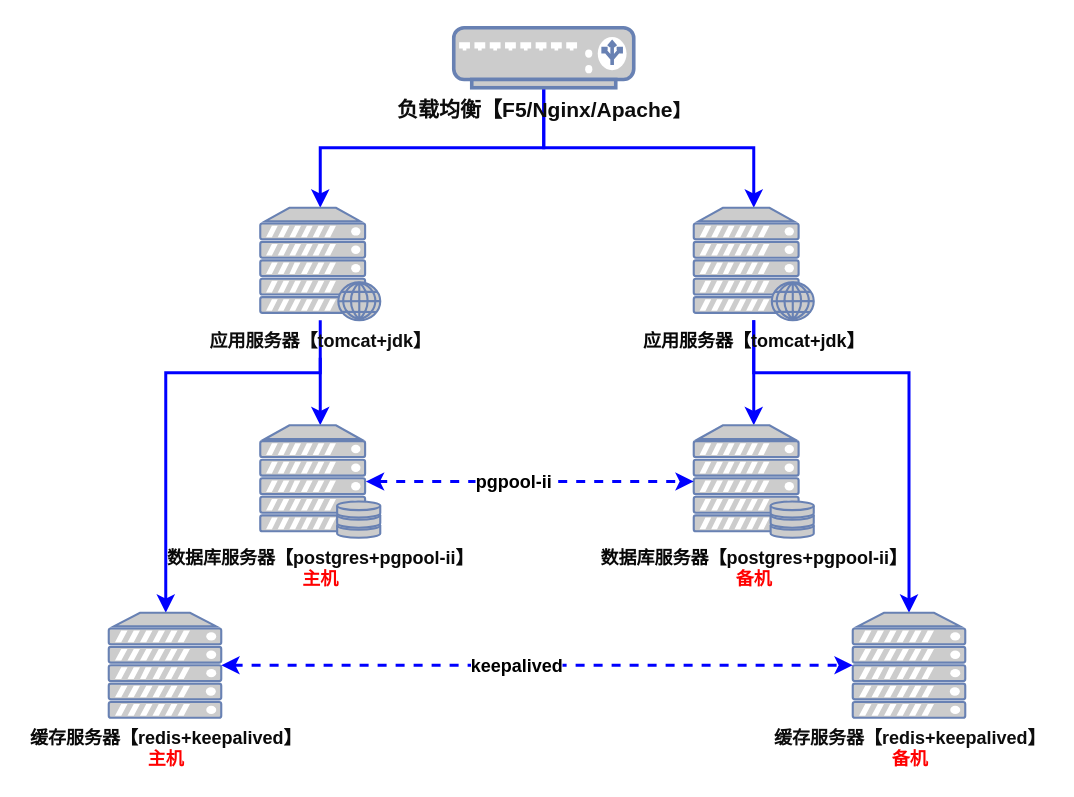
Before: Inno-de cluster.drawio in liaoxiaofang/demo, a draw.io diagram. Source tidied: cells renumbered, new cells numbered last; positions are measured from the earlier drawing's top-left corner, leaving out a move shared by most shapes. Both pictures are drawn from the tidied source at 150%, with x=0, y=0 at pixel (108, 27).
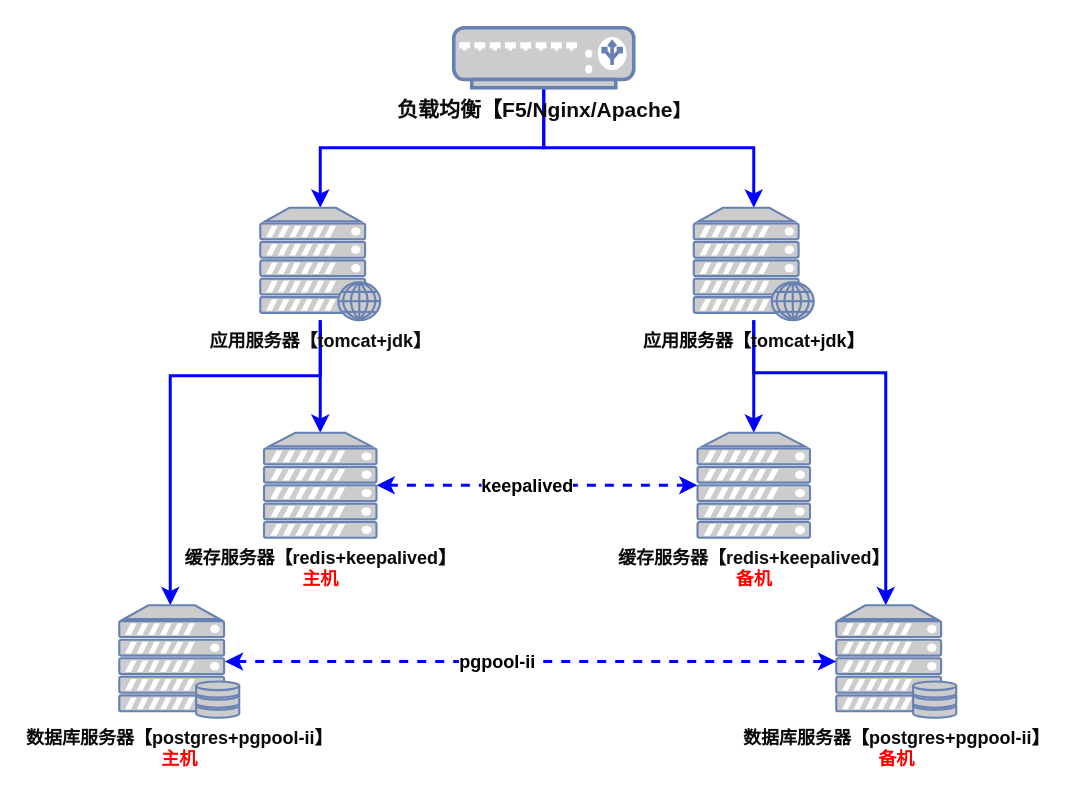
The same page after the edit.

The change refers to these unchanged cells:
```xml
<mxCell id="7" value="&lt;b&gt;&lt;font color=&quot;#0D0D0D&quot;&gt;应用服务器【tomcat+jdk】&lt;/font&gt;&lt;/b&gt;" style="fontColor=#0066CC;verticalAlign=top;verticalLabelPosition=bottom;labelPosition=center;align=center;html=1;outlineConnect=0;fillColor=#CCCCCC;strokeColor=#6881B3;gradientColor=none;gradientDirection=north;strokeWidth=2;shape=mxgraph.networks.web_server;" parent="1" vertex="1">
  <mxGeometry x="101" y="120" width="80" height="75" as="geometry" />
</mxCell>
<mxCell id="10" value="&lt;font color=&quot;#080808&quot;&gt;&lt;b&gt;应用服务器【tomcat+jdk】&lt;/b&gt;&lt;/font&gt;" style="fontColor=#0066CC;verticalAlign=top;verticalLabelPosition=bottom;labelPosition=center;align=center;html=1;outlineConnect=0;fillColor=#CCCCCC;strokeColor=#6881B3;gradientColor=none;gradientDirection=north;strokeWidth=2;shape=mxgraph.networks.web_server;" parent="1" vertex="1">
  <mxGeometry x="390" y="120" width="80" height="75" as="geometry" />
</mxCell>
```

Diff of the diagram source:
```diff
@@
     <mxCell id="5" style="edgeStyle=orthogonalEdgeStyle;rounded=0;jettySize=auto;html=1;strokeColor=#0000FF;strokeWidth=2;" parent="1" edge="1" source="7" target="11">
-      <mxGeometry relative="1" as="geometry" />
+      <mxGeometry relative="1" as="geometry">
+        <Array as="points">
+          <mxPoint x="141" y="232" />
+          <mxPoint x="41" y="232" />
+        </Array>
+      </mxGeometry>
     </mxCell>
-    <mxCell id="6" style="edgeStyle=orthogonalEdgeStyle;rounded=0;jettySize=auto;html=1;strokeWidth=2;strokeColor=#0000FF;" parent="1" edge="1" target="13">
-      <mxGeometry relative="1" as="geometry">
-        <mxPoint x="141" y="220" as="sourcePoint" />
-        <Array as="points">
-          <mxPoint x="141" y="230" />
-          <mxPoint x="38" y="230" />
-        </Array>
-      </mxGeometry>
-    </mxCell>
+    <mxCell id="19" style="edgeStyle=orthogonalEdgeStyle;rounded=0;jettySize=auto;html=1;strokeColor=#0000FF;strokeWidth=2;" parent="1" edge="1" source="7" target="13">
+      <mxGeometry relative="1" as="geometry" />
+    </mxCell>
@@
     <mxCell id="8" style="edgeStyle=orthogonalEdgeStyle;rounded=0;jettySize=auto;html=1;strokeColor=#0000FF;strokeWidth=2;" parent="1" edge="1" source="10" target="12">
-      <mxGeometry relative="1" as="geometry" />
+      <mxGeometry relative="1" as="geometry">
+        <Array as="points">
+          <mxPoint x="430" y="230" />
+          <mxPoint x="518" y="230" />
+        </Array>
+      </mxGeometry>
     </mxCell>
-    <mxCell id="9" style="edgeStyle=orthogonalEdgeStyle;rounded=0;jettySize=auto;html=1;entryX=0.5;entryY=0;entryDx=0;entryDy=0;entryPerimeter=0;strokeColor=#0000FF;strokeWidth=2;" parent="1" edge="1" source="10" target="14">
-      <mxGeometry relative="1" as="geometry">
-        <Array as="points">
-          <mxPoint x="430" y="230" />
-          <mxPoint x="534" y="230" />
-        </Array>
-      </mxGeometry>
+    <mxCell id="9" style="edgeStyle=orthogonalEdgeStyle;rounded=0;jettySize=auto;html=1;strokeColor=#0000FF;strokeWidth=2;" parent="1" edge="1" source="10" target="14">
+      <mxGeometry relative="1" as="geometry" />
     </mxCell>
@@
     <mxCell id="11" value="&lt;div&gt;&lt;font color=&quot;#0A0A0A&quot;&gt;&lt;b&gt;数据库服务器【postgres+pgpool-ii】&lt;/b&gt;&lt;/font&gt;&lt;/div&gt;&lt;div&gt;&lt;font color=&quot;#0A0A0A&quot;&gt;&lt;b&gt;&lt;font color=&quot;#FF0000&quot;&gt;主机&lt;/font&gt;&lt;br&gt;&lt;/b&gt;&lt;/font&gt;&lt;/div&gt;" style="fontColor=#0066CC;verticalAlign=top;verticalLabelPosition=bottom;labelPosition=center;align=center;html=1;outlineConnect=0;fillColor=#CCCCCC;strokeColor=#6881B3;gradientColor=none;gradientDirection=north;strokeWidth=2;shape=mxgraph.networks.server_storage;" parent="1" vertex="1">
-      <mxGeometry x="101" y="265" width="80" height="75" as="geometry" />
+      <mxGeometry x="7" y="385" width="80" height="75" as="geometry" />
     </mxCell>
     <mxCell id="12" value="&lt;div&gt;&lt;b&gt;&lt;font color=&quot;#080808&quot;&gt;数据库服务器【postgres+pgpool-ii】&lt;/font&gt;&lt;/b&gt;&lt;/div&gt;&lt;div&gt;&lt;b&gt;&lt;font color=&quot;#080808&quot;&gt;&lt;font color=&quot;#FF0000&quot;&gt;备机&lt;/font&gt;&lt;br&gt;&lt;/font&gt;&lt;/b&gt;&lt;/div&gt;" style="fontColor=#0066CC;verticalAlign=top;verticalLabelPosition=bottom;labelPosition=center;align=center;html=1;outlineConnect=0;fillColor=#CCCCCC;strokeColor=#6881B3;gradientColor=none;gradientDirection=north;strokeWidth=2;shape=mxgraph.networks.server_storage;" parent="1" vertex="1">
-      <mxGeometry x="390" y="265" width="80" height="75" as="geometry" />
+      <mxGeometry x="485" y="385" width="80" height="75" as="geometry" />
     </mxCell>
     <mxCell id="13" value="&lt;div&gt;&lt;font color=&quot;#0A0A0A&quot;&gt;&lt;b&gt;缓存服务器【redis+keepalived】&lt;/b&gt;&lt;/font&gt;&lt;/div&gt;&lt;div&gt;&lt;font color=&quot;#0A0A0A&quot;&gt;&lt;b&gt;&lt;font color=&quot;#FF0000&quot;&gt;主机&lt;/font&gt;&lt;br&gt;&lt;/b&gt;&lt;/font&gt;&lt;/div&gt;" style="fontColor=#0066CC;verticalAlign=top;verticalLabelPosition=bottom;labelPosition=center;align=center;html=1;outlineConnect=0;fillColor=#CCCCCC;strokeColor=#6881B3;gradientColor=none;gradientDirection=north;strokeWidth=2;shape=mxgraph.networks.server;" parent="1" vertex="1">
-      <mxGeometry y="390" width="75" height="70" as="geometry" />
+      <mxGeometry x="103.5" y="270" width="75" height="70" as="geometry" />
     </mxCell>
     <mxCell id="14" value="&lt;div&gt;&lt;b&gt;&lt;font color=&quot;#0D0D0D&quot;&gt;缓存服务器【redis+keepalived】&lt;/font&gt;&lt;/b&gt;&lt;/div&gt;&lt;div&gt;&lt;b&gt;&lt;font color=&quot;#0D0D0D&quot;&gt;&lt;font color=&quot;#FF0000&quot;&gt;备机&lt;/font&gt;&lt;br&gt;&lt;/font&gt;&lt;/b&gt;&lt;/div&gt;" style="fontColor=#0066CC;verticalAlign=top;verticalLabelPosition=bottom;labelPosition=center;align=center;html=1;outlineConnect=0;fillColor=#CCCCCC;strokeColor=#6881B3;gradientColor=none;gradientDirection=north;strokeWidth=2;shape=mxgraph.networks.server;" parent="1" vertex="1">
-      <mxGeometry x="496" y="390" width="75" height="70" as="geometry" />
+      <mxGeometry x="392.5" y="270" width="75" height="70" as="geometry" />
     </mxCell>
```
